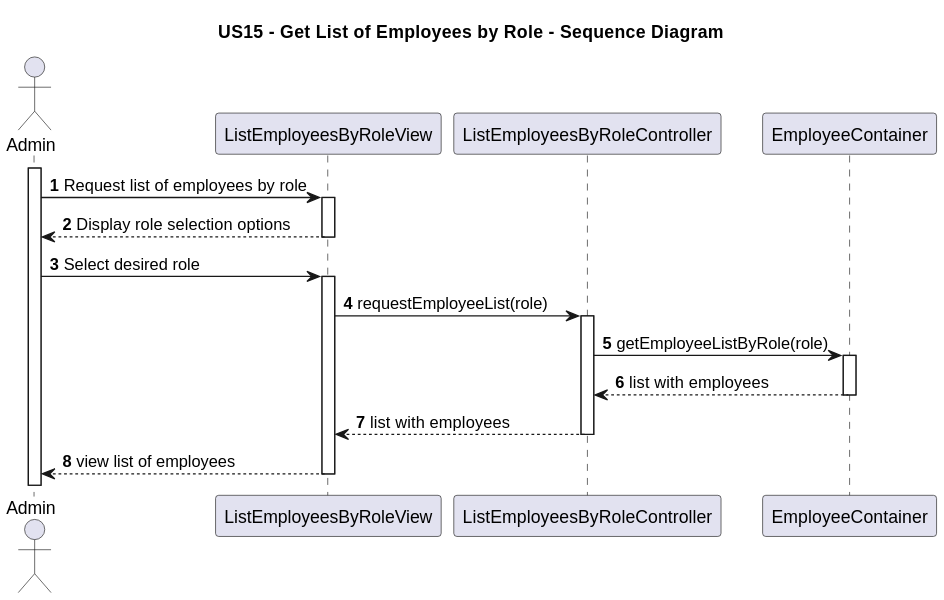
Parafita123/leti-esoft-25-26-B1 keeps this PlantUML diagram as docs/Sprint2/US15/svg/US15-SD.svg. Above is the earlier version.
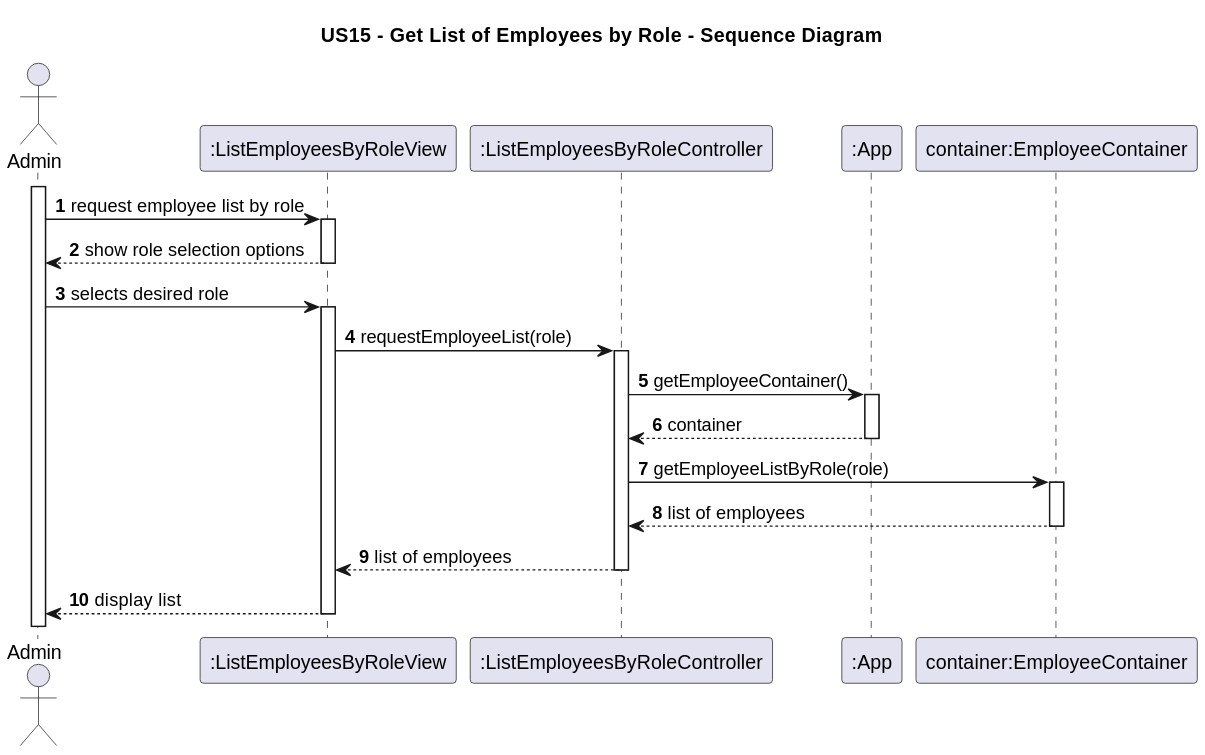
After the commit.

What changed in the source:
```diff
@@ -4,20 +4,23 @@
 autoactivate on
 autonumber
 
-actor "Admin" as admin
-participant "ListEmployeesByRoleView" as view
-participant "ListEmployeesByRoleController" as ctrl
-participant "EmployeeContainer" as container
+actor "Admin" as Admin
 
-activate admin
+activate Admin
 
+participant ":ListEmployeesByRoleView" as view
+participant ":ListEmployeesByRoleController" as ctrl
+participant ":App" as app
+participant "container:EmployeeContainer" as container
 
-admin -> view: Request list of employees by role
-view --> admin: Display role selection options
-admin -> view: Select desired role
+Admin -> view: request employee list by role
+view --> Admin: show role selection options
+Admin -> view: selects desired role
 view -> ctrl: requestEmployeeList(role)
+ctrl -> app: getEmployeeContainer()
+app --> ctrl: container
 ctrl -> container: getEmployeeListByRole(role)
-container --> ctrl: list with employees
-ctrl --> view: list with employees
-view --> admin: view list of employees
+container --> ctrl: list of employees
+ctrl --> view: list of employees
+view --> Admin: display list
 @enduml
```
